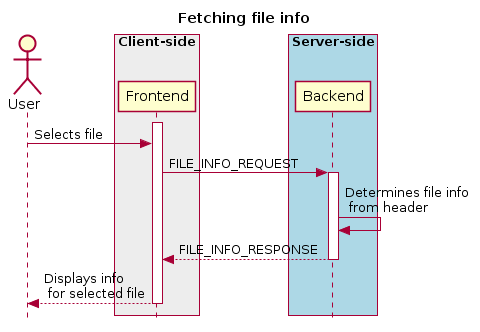
Earlier version of the PlantUML export docs/images/image6.png (CARTAvis/carta-protobuf). Its diagram source:
```plantuml
@startuml
skinparam style strictuml
hide footbox
title Fetching file info

actor User
box "Client-side"  #EDEDED
participant Frontend
end box

box "Server-side" #lightblue
participant Backend
end box
activate Frontend
User -> Frontend : Selects file
Frontend -> Backend : FILE_INFO_REQUEST
activate Backend
Backend -> Backend : Determines file info\n from header
Frontend <-- Backend : FILE_INFO_RESPONSE
deactivate Backend
User <-- Frontend : Displays info\n for selected file
deactivate Frontend
@enduml
```
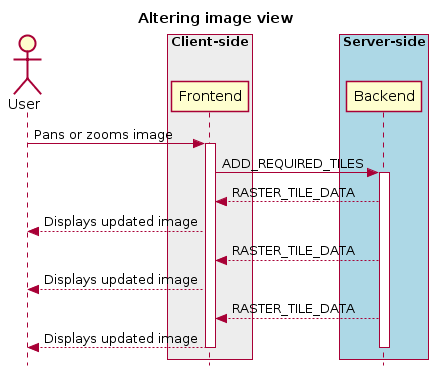
After the commit.

What changed in the source:
```diff
@@ -1,23 +1,26 @@
 @startuml
 skinparam style strictuml
 hide footbox
-title Fetching file info
+title Altering image view
 
 actor User
-box "Client-side"  #EDEDED
-participant Frontend
+box "Client-side" #EDEDED
+        participant Frontend
 end box
 
 box "Server-side" #lightblue
-participant Backend
+	participant Backend
 end box
+User -> Frontend: Pans or zooms image
 activate Frontend
-User -> Frontend : Selects file
-Frontend -> Backend : FILE_INFO_REQUEST
+Frontend -> Backend : ADD_REQUIRED_TILES
 activate Backend
-Backend -> Backend : Determines file info\n from header
-Frontend <-- Backend : FILE_INFO_RESPONSE
+Frontend <-- Backend : RASTER_TILE_DATA
+User <-- Frontend: Displays updated image
+Frontend <-- Backend : RASTER_TILE_DATA
+User <-- Frontend: Displays updated image
+Frontend <-- Backend : RASTER_TILE_DATA
+User <-- Frontend: Displays updated image
 deactivate Backend
-User <-- Frontend : Displays info\n for selected file
 deactivate Frontend
 @enduml
```
